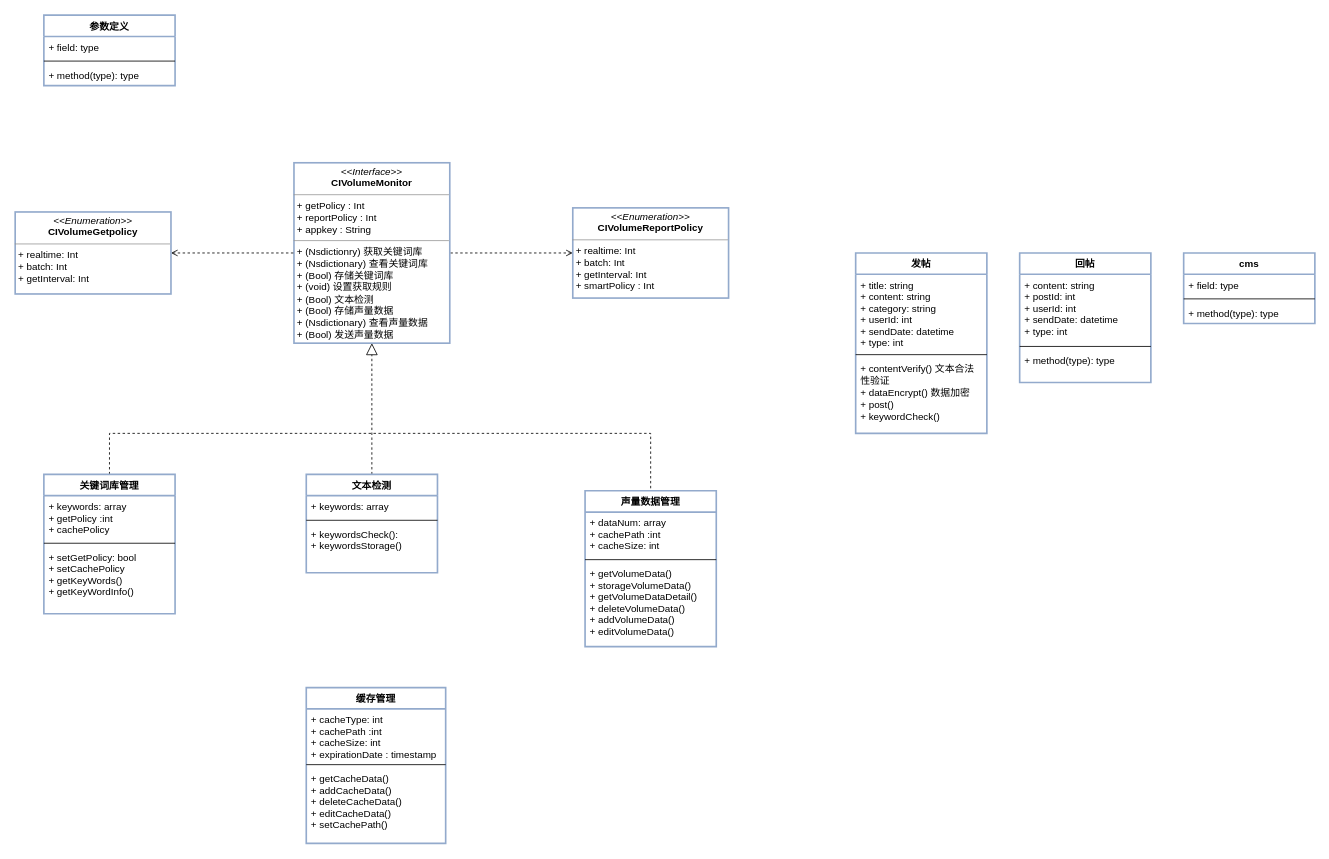
Above: page "Page-3" (3 of 4) of volume system.drawio in ikeyyang/uml (draw.io), before the change. Source tidied: cells renumbered, new cells numbered last; positions are measured from the earlier drawing's top-left corner, leaving out a move shared by most shapes. Both pictures are drawn from the tidied source at 82%, with x=0, y=0 at pixel (15, 15).
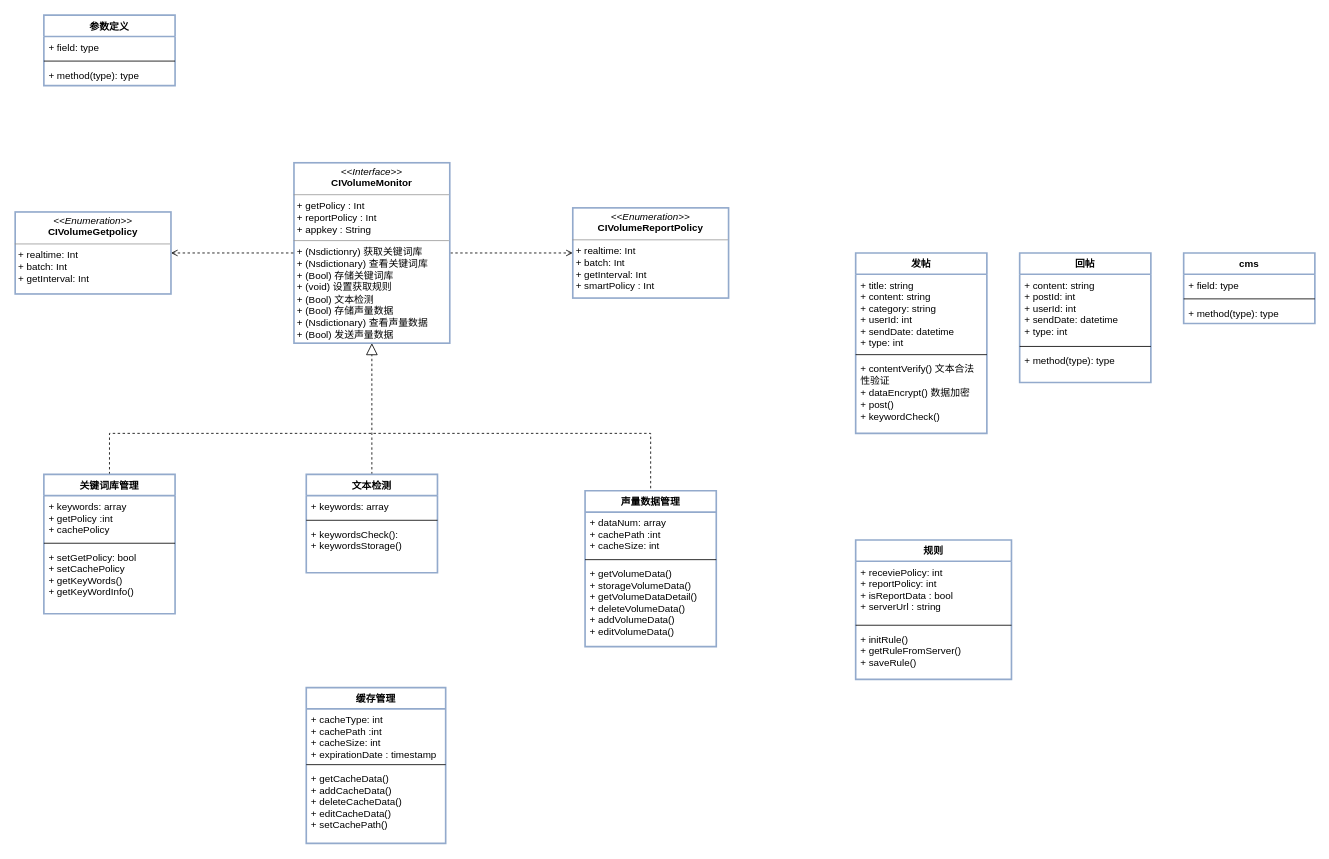
After the change.

The edit, as a diff of the source:
```diff
@@
+    <mxCell id="41" value="规则" style="swimlane;fontStyle=1;align=center;verticalAlign=top;horizontal=1;startSize=26;strokeColor=#93AACC;strokeWidth=2;fillColor=none;" parent="1" vertex="1">
+      <mxGeometry x="1025" y="640" width="190" height="170" as="geometry" />
+    </mxCell>
+    <mxCell id="42" value="+ receviePolicy: int&#10;+ reportPolicy: int&#10;+ isReportData : bool&#10;+ serverUrl : string" style="text;strokeColor=none;fillColor=none;align=left;verticalAlign=top;spacingLeft=4;spacingRight=4;overflow=hidden;" parent="41" vertex="1">
+      <mxGeometry y="26" width="190" height="74" as="geometry" />
+    </mxCell>
+    <mxCell id="43" style="line;strokeWidth=1;fillColor=none;align=left;verticalAlign=middle;spacingTop=-1;spacingLeft=3;spacingRight=3;labelPosition=right;" parent="41" vertex="1">
+      <mxGeometry y="100" width="190" height="8" as="geometry" />
+    </mxCell>
+    <mxCell id="44" value="+ initRule()&#10;+ getRuleFromServer()&#10;+ saveRule()" style="text;strokeColor=none;fillColor=none;align=left;verticalAlign=top;spacingLeft=4;spacingRight=4;overflow=hidden;" parent="41" vertex="1">
+      <mxGeometry y="108" width="190" height="62" as="geometry" />
+    </mxCell>
```
